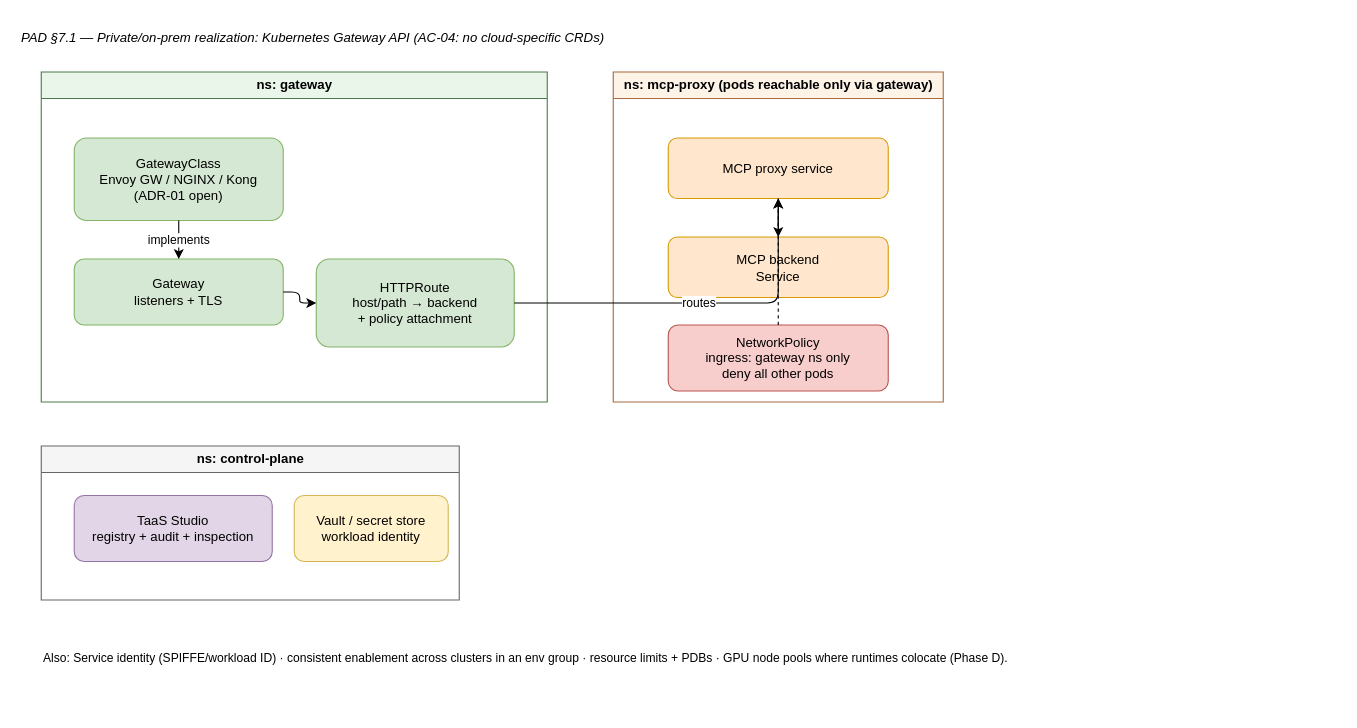
Above: page "PAD-02-K8s-GatewayAPI" (2 of 8) of docs/archi/taas-pad.drawio in msellamiTN/taas-provenance-discovery (draw.io), before the change. Source tidied: cells renumbered, new cells numbered last; positions are measured from the earlier drawing's top-left corner, leaving out a move shared by most shapes. Both pictures are drawn from the tidied source at 110%, with x=0, y=0 at pixel (19, 22). Pictures stored in the file or linked from it are replaced by grey dashed boxes.
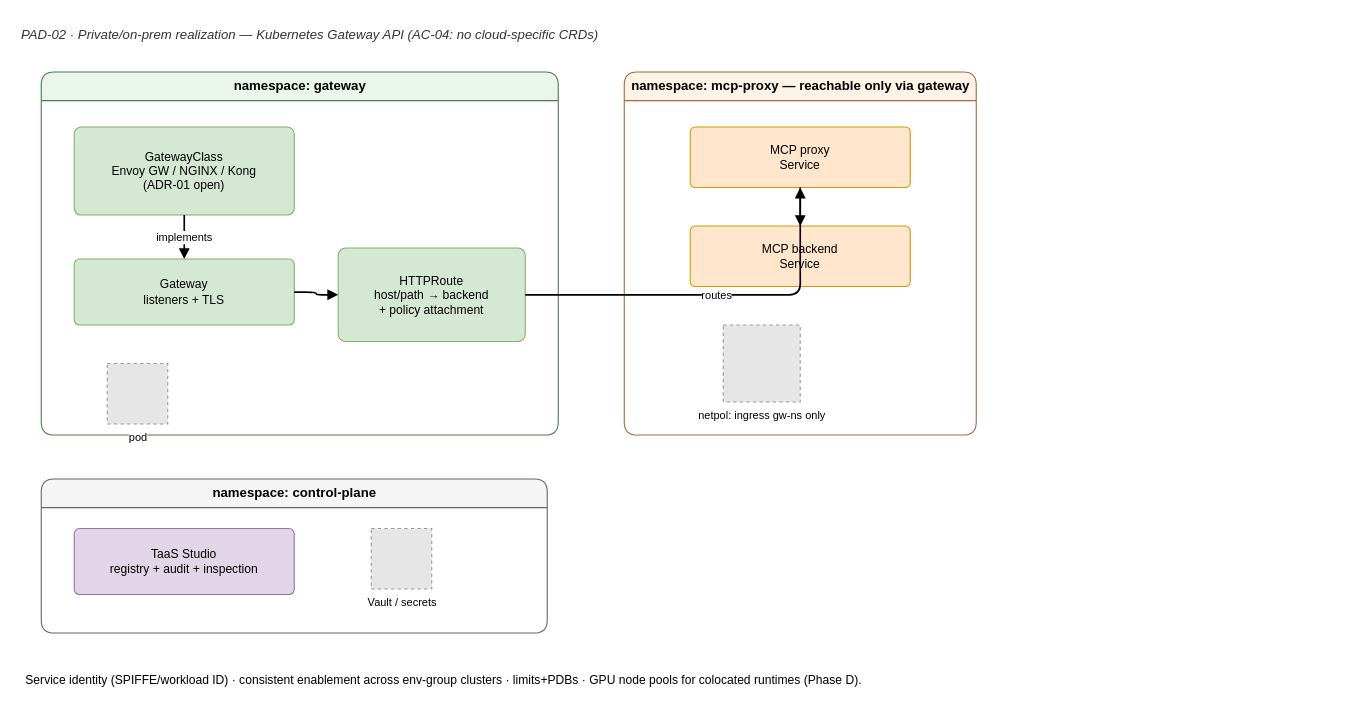
The same page after the edit.

What changed in the source:
```diff
@@
 <mxGraphModel>
   <root>
     <mxCell id="0" />
     <mxCell id="1" parent="0" />
-    <mxCell id="2" value="PAD §7.1 — Private/on-prem realization: Kubernetes Gateway API (AC-04: no cloud-specific CRDs)" style="text;html=1;fontSize=12;fontStyle=2;" parent="1" vertex="1">
-      <mxGeometry width="900" height="24" as="geometry" />
-    </mxCell>
-    <mxCell id="3" value="ns: gateway" style="swimlane;startSize=24;html=1;fillColor=#eaf6ea;strokeColor=#4d7a4d;fontSize=12;" parent="1" vertex="1">
-      <mxGeometry x="20" y="45" width="460" height="300" as="geometry" />
-    </mxCell>
+    <mxCell id="20" value="PAD-02 · Private/on-prem realization — Kubernetes Gateway API (AC-04: no cloud-specific CRDs)" style="text;html=1;fontSize=12;fontStyle=2;fontColor=#333333;" parent="1" vertex="1">
+      <mxGeometry y="-3" width="1200" height="26" as="geometry" />
+    </mxCell>
+    <mxCell id="21" value="namespace: gateway" style="swimlane;startSize=26;html=1;fontSize=12;fontStyle=1;fillColor=#eaf6ea;strokeColor=#4d7a4d;rounded=1;" parent="1" vertex="1">
+      <mxGeometry x="20" y="45" width="470" height="330" as="geometry" />
+    </mxCell>
-    <mxCell id="4" value="GatewayClass&lt;br&gt;Envoy GW / NGINX / Kong&lt;br&gt;(ADR-01 open)" style="rounded=1;whiteSpace=wrap;html=1;fillColor=#d5e8d4;strokeColor=#82b366;" parent="3" vertex="1">
-      <mxGeometry x="30" y="60" width="190" height="75" as="geometry" />
+    <mxCell id="4" value="GatewayClass&lt;br&gt;Envoy GW / NGINX / Kong&lt;br&gt;(ADR-01 open)" style="rounded=1;whiteSpace=wrap;html=1;fontSize=11;arcSize=8;align=center;verticalAlign=middle;fillColor=#d5e8d4;strokeColor=#82b366;" parent="21" vertex="1">
+      <mxGeometry x="30" y="50" width="200" height="80" as="geometry" />
     </mxCell>
-    <mxCell id="5" value="Gateway&lt;br&gt;listeners + TLS" style="rounded=1;whiteSpace=wrap;html=1;fillColor=#d5e8d4;strokeColor=#82b366;" parent="3" vertex="1">
-      <mxGeometry x="30" y="170" width="190" height="60" as="geometry" />
+    <mxCell id="5" value="Gateway&lt;br&gt;listeners + TLS" style="rounded=1;whiteSpace=wrap;html=1;fontSize=11;arcSize=8;align=center;verticalAlign=middle;fillColor=#d5e8d4;strokeColor=#82b366;" parent="21" vertex="1">
+      <mxGeometry x="30" y="170" width="200" height="60" as="geometry" />
     </mxCell>
-    <mxCell id="6" value="HTTPRoute&lt;br&gt;host/path → backend&lt;br&gt;+ policy attachment" style="rounded=1;whiteSpace=wrap;html=1;fillColor=#d5e8d4;strokeColor=#82b366;" parent="3" vertex="1">
-      <mxGeometry x="250" y="170" width="180" height="80" as="geometry" />
+    <mxCell id="6" value="HTTPRoute&lt;br&gt;host/path → backend&lt;br&gt;+ policy attachment" style="rounded=1;whiteSpace=wrap;html=1;fontSize=11;arcSize=8;align=center;verticalAlign=middle;fillColor=#d5e8d4;strokeColor=#82b366;" parent="21" vertex="1">
+      <mxGeometry x="270" y="160" width="170" height="85" as="geometry" />
     </mxCell>
-    <mxCell id="7" value="ns: mcp-proxy (pods reachable only via gateway)" style="swimlane;startSize=24;html=1;fillColor=#fdf3e7;strokeColor=#a66a3f;fontSize=12;" parent="1" vertex="1">
-      <mxGeometry x="540" y="45" width="300" height="300" as="geometry" />
-    </mxCell>
-    <mxCell id="8" value="MCP proxy service" style="rounded=1;whiteSpace=wrap;html=1;fillColor=#ffe6cc;strokeColor=#d79b00;" parent="7" vertex="1">
-      <mxGeometry x="50" y="60" width="200" height="55" as="geometry" />
-    </mxCell>
+    <mxCell id="22" value="pod" style="fillColor=#E6E6E6;strokeColor=#999999;dashed=1;html=1;verticalAlign=top;verticalLabelPosition=bottom;labelBackgroundColor=default;fontSize=10;" parent="21" vertex="1">
+      <mxGeometry x="60" y="265" width="55" height="55" as="geometry" />
+    </mxCell>
+    <mxCell id="23" value="namespace: mcp-proxy — reachable only via gateway" style="swimlane;startSize=26;html=1;fontSize=12;fontStyle=1;fillColor=#fdf3e7;strokeColor=#a66a3f;rounded=1;" parent="1" vertex="1">
+      <mxGeometry x="550" y="45" width="320" height="330" as="geometry" />
+    </mxCell>
+    <mxCell id="24" value="MCP proxy&lt;br&gt;Service" style="rounded=1;whiteSpace=wrap;html=1;fontSize=11;arcSize=8;align=center;verticalAlign=middle;fillColor=#ffe6cc;strokeColor=#d79b00;" parent="23" vertex="1">
+      <mxGeometry x="60" y="50" width="200" height="55" as="geometry" />
+    </mxCell>
-    <mxCell id="9" value="MCP backend&lt;br&gt;Service" style="rounded=1;whiteSpace=wrap;html=1;fillColor=#ffe6cc;strokeColor=#d79b00;" parent="7" vertex="1">
-      <mxGeometry x="50" y="150" width="200" height="55" as="geometry" />
+    <mxCell id="9" value="MCP backend&lt;br&gt;Service" style="rounded=1;whiteSpace=wrap;html=1;fontSize=11;arcSize=8;align=center;verticalAlign=middle;fillColor=#ffe6cc;strokeColor=#d79b00;" parent="23" vertex="1">
+      <mxGeometry x="60" y="140" width="200" height="55" as="geometry" />
     </mxCell>
-    <mxCell id="10" value="NetworkPolicy&lt;br&gt;ingress: gateway ns only&lt;br&gt;deny all other pods" style="rounded=1;whiteSpace=wrap;html=1;fillColor=#f8cecc;strokeColor=#b85450;" parent="7" vertex="1">
-      <mxGeometry x="50" y="230" width="200" height="60" as="geometry" />
-    </mxCell>
-    <mxCell id="11" value="ns: control-plane" style="swimlane;startSize=24;html=1;fillColor=#f5f5f5;strokeColor=#666666;fontSize=12;" parent="1" vertex="1">
-      <mxGeometry x="20" y="385" width="380" height="140" as="geometry" />
-    </mxCell>
+    <mxCell id="25" value="netpol: ingress gw-ns only" style="fillColor=#E6E6E6;strokeColor=#999999;dashed=1;html=1;verticalAlign=top;verticalLabelPosition=bottom;labelBackgroundColor=default;fontSize=10;" parent="23" vertex="1">
+      <mxGeometry x="90" y="230" width="70" height="70" as="geometry" />
+    </mxCell>
+    <mxCell id="26" value="namespace: control-plane" style="swimlane;startSize=26;html=1;fontSize=12;fontStyle=1;fillColor=#f5f5f5;strokeColor=#666666;rounded=1;" parent="1" vertex="1">
+      <mxGeometry x="20" y="415" width="460" height="140" as="geometry" />
+    </mxCell>
-    <mxCell id="12" value="TaaS Studio&lt;br&gt;registry + audit + inspection" style="rounded=1;whiteSpace=wrap;html=1;fillColor=#e1d5e7;strokeColor=#9673a6;" parent="11" vertex="1">
-      <mxGeometry x="30" y="45" width="180" height="60" as="geometry" />
+    <mxCell id="12" value="TaaS Studio&lt;br&gt;registry + audit + inspection" style="rounded=1;whiteSpace=wrap;html=1;fontSize=11;arcSize=8;align=center;verticalAlign=middle;fillColor=#e1d5e7;strokeColor=#9673a6;" parent="26" vertex="1">
+      <mxGeometry x="30" y="45" width="200" height="60" as="geometry" />
     </mxCell>
-    <mxCell id="13" value="Vault / secret store&lt;br&gt;workload identity" style="rounded=1;whiteSpace=wrap;html=1;fillColor=#fff2cc;strokeColor=#d6b656;" parent="11" vertex="1">
-      <mxGeometry x="230" y="45" width="140" height="60" as="geometry" />
-    </mxCell>
+    <mxCell id="27" value="Vault / secrets" style="fillColor=#E6E6E6;strokeColor=#999999;dashed=1;html=1;verticalAlign=top;verticalLabelPosition=bottom;labelBackgroundColor=default;fontSize=10;" parent="26" vertex="1">
+      <mxGeometry x="300" y="45" width="55" height="55" as="geometry" />
+    </mxCell>
-    <mxCell id="14" value="implements" style="edgeStyle=orthogonalEdgeStyle;rounded=1;html=1;fontSize=11;" parent="1" edge="1" source="4" target="5">
+    <mxCell id="14" value="implements" style="edgeStyle=orthogonalEdgeStyle;rounded=1;html=1;fontSize=10;endArrow=block;strokeWidth=1.5;" parent="1" edge="1" source="4" target="5">
       <mxGeometry relative="1" as="geometry" />
     </mxCell>
-    <mxCell id="15" style="edgeStyle=orthogonalEdgeStyle;rounded=1;html=1;" parent="1" edge="1" source="5" target="6">
+    <mxCell id="15" style="edgeStyle=orthogonalEdgeStyle;rounded=1;html=1;fontSize=10;endArrow=block;strokeWidth=1.5;" parent="1" edge="1" source="5" target="6">
       <mxGeometry relative="1" as="geometry" />
     </mxCell>
-    <mxCell id="16" value="routes" style="edgeStyle=orthogonalEdgeStyle;rounded=1;html=1;fontSize=11;" parent="1" edge="1" source="6" target="8">
+    <mxCell id="16" value="routes" style="edgeStyle=orthogonalEdgeStyle;rounded=1;html=1;fontSize=10;endArrow=block;strokeWidth=1.5;" parent="1" edge="1" source="6" target="24">
       <mxGeometry relative="1" as="geometry" />
     </mxCell>
-    <mxCell id="17" style="edgeStyle=orthogonalEdgeStyle;rounded=1;html=1;" parent="1" edge="1" source="8" target="9">
-      <mxGeometry relative="1" as="geometry" />
-    </mxCell>
-    <mxCell id="18" style="edgeStyle=orthogonalEdgeStyle;rounded=1;html=1;dashed=1;" parent="1" edge="1" source="10" target="8">
-      <mxGeometry relative="1" as="geometry" />
-    </mxCell>
-    <mxCell id="19" value="Also: Service identity (SPIFFE/workload ID) · consistent enablement across clusters in an env group · resource limits + PDBs · GPU node pools where runtimes colocate (Phase D)." style="text;html=1;fontSize=11;align=left;" parent="1" vertex="1">
-      <mxGeometry x="20" y="565" width="900" height="50" as="geometry" />
-    </mxCell>
+    <mxCell id="28" style="edgeStyle=orthogonalEdgeStyle;rounded=1;html=1;fontSize=10;endArrow=block;strokeWidth=1.5;" parent="1" edge="1" source="24" target="9">
+      <mxGeometry relative="1" as="geometry" />
+    </mxCell>
+    <mxCell id="29" value="Service identity (SPIFFE/workload ID) · consistent enablement across env-group clusters · limits+PDBs · GPU node pools for colocated runtimes (Phase D)." style="text;html=1;fontSize=11;align=left;spacingLeft=4;" parent="1" vertex="1">
+      <mxGeometry y="585" width="1200" height="40" as="geometry" />
+    </mxCell>
   </root>
 </mxGraphModel>
```
